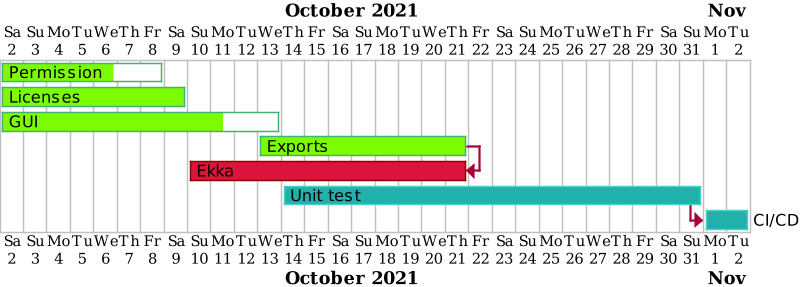
This is issues/agenda/release-roadmap.png from SerhiiRI/jarman, a PlantUML export, as it was before one commit.
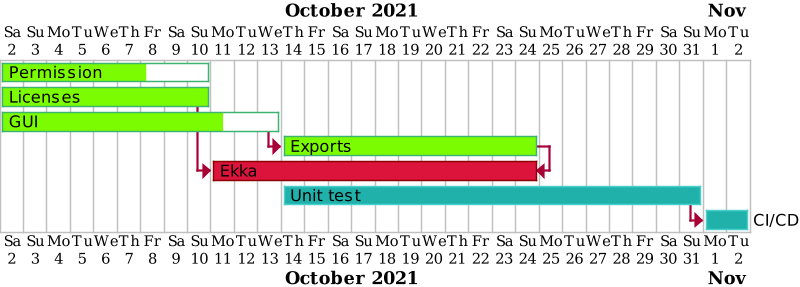
The same diagram one commit later.

Diff of the diagram source:
```diff
@@ -3,19 +3,19 @@
 Project starts 2021-10-02
 [Permission] starts 2021-10-02
 [Permission] is colored in LawnGreen/MediumSeaGreen
-[Permission] ends 2021-10-08
+[Permission] ends 2021-10-10
 [Permission] is 70% completed
 [Licenses] starts 2021-10-02
 [Licenses] is colored in LawnGreen/MediumSeaGreen
-[Licenses] ends 2021-10-09
+[Licenses] ends 2021-10-10
 [GUI] starts 2021-10-02
 [GUI] is 80% completed
 [GUI] is colored in LawnGreen/MediumSeaGreen
 [GUI] ends 2021-10-13
-[Exports] starts 2021-10-13
 [Exports] is colored in LawnGreen/MediumSeaGreen
-[Exports] ends 2021-10-21
-[Ekka] starts 2021-10-10
+[Exports] ends 2021-10-24
+[Exports] starts at [GUI]'s end
+[Ekka] starts at [Licenses]'s end
 [Ekka] is colored in Crimson/DarkRed
 [Ekka] ends at [Exports]'s end
 [Unit test] as [U] starts 2021-10-14
```
